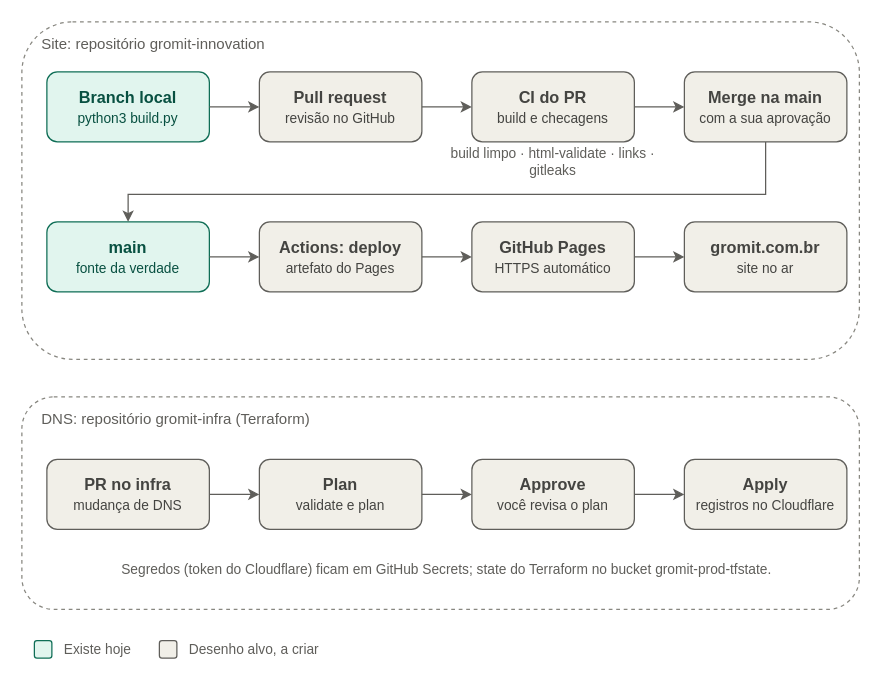
danilofreytas/gromit-innovation keeps this draw.io diagram as docs/gromit-site-cicd.drawio. Above is the earlier version. Source tidied: cells renumbered, new cells numbered last; positions are measured from the earlier drawing's top-left corner, leaving out a move shared by most shapes. Both pictures are drawn from the tidied source at 125%, with x=0, y=0 at pixel (21, 21).
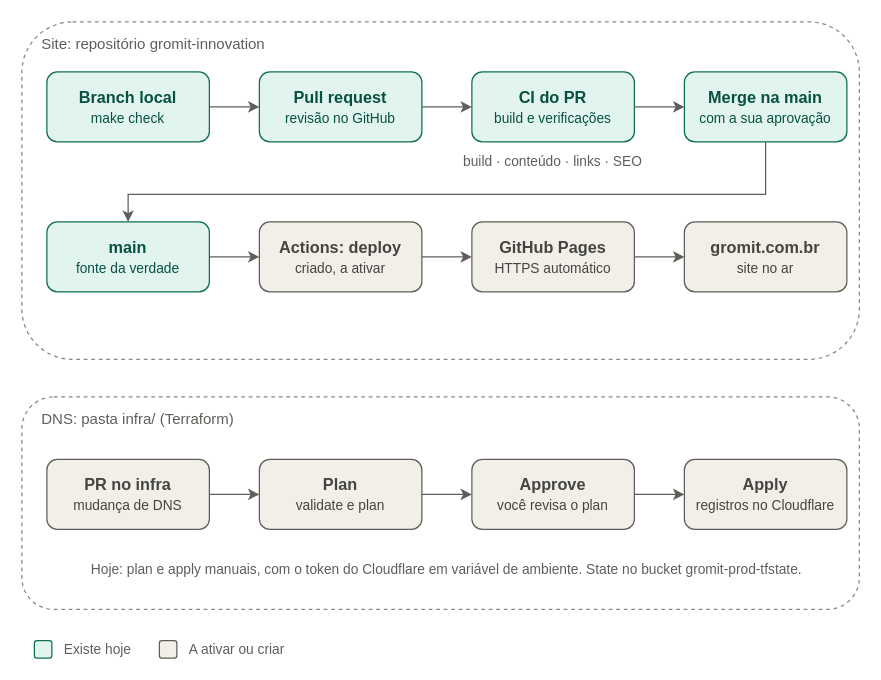
The same page after the edit.

Diff of the diagram source:
```diff
@@
-    <mxCell id="3" value="&lt;b&gt;Branch local&lt;/b&gt;&lt;br&gt;&lt;font style=&quot;font-size:11px&quot;&gt;python3 build.py&lt;/font&gt;" style="rounded=1;whiteSpace=wrap;html=1;fontSize=13;fillColor=#E1F5EE;strokeColor=#0F6E56;fontColor=#085041;" parent="1" vertex="1">
+    <mxCell id="3" value="&lt;b&gt;Branch local&lt;/b&gt;&lt;br&gt;&lt;font style=&quot;font-size:11px&quot;&gt;make check&lt;/font&gt;" style="rounded=1;whiteSpace=wrap;html=1;fontSize=13;fillColor=#E1F5EE;strokeColor=#0F6E56;fontColor=#085041;" parent="1" vertex="1">
       <mxGeometry x="20" y="40" width="130" height="56" as="geometry" />
     </mxCell>
-    <mxCell id="4" value="&lt;b&gt;Pull request&lt;/b&gt;&lt;br&gt;&lt;font style=&quot;font-size:11px&quot;&gt;revisão no GitHub&lt;/font&gt;" style="rounded=1;whiteSpace=wrap;html=1;fontSize=13;fillColor=#F1EFE8;strokeColor=#5F5E5A;fontColor=#444441;" parent="1" vertex="1">
+    <mxCell id="4" value="&lt;b&gt;Pull request&lt;/b&gt;&lt;br&gt;&lt;font style=&quot;font-size:11px&quot;&gt;revisão no GitHub&lt;/font&gt;" style="rounded=1;whiteSpace=wrap;html=1;fontSize=13;fillColor=#E1F5EE;strokeColor=#0F6E56;fontColor=#085041;" parent="1" vertex="1">
       <mxGeometry x="190" y="40" width="130" height="56" as="geometry" />
     </mxCell>
-    <mxCell id="5" value="&lt;b&gt;CI do PR&lt;/b&gt;&lt;br&gt;&lt;font style=&quot;font-size:11px&quot;&gt;build e checagens&lt;/font&gt;" style="rounded=1;whiteSpace=wrap;html=1;fontSize=13;fillColor=#F1EFE8;strokeColor=#5F5E5A;fontColor=#444441;" parent="1" vertex="1">
+    <mxCell id="5" value="&lt;b&gt;CI do PR&lt;/b&gt;&lt;br&gt;&lt;font style=&quot;font-size:11px&quot;&gt;build e verificações&lt;/font&gt;" style="rounded=1;whiteSpace=wrap;html=1;fontSize=13;fillColor=#E1F5EE;strokeColor=#0F6E56;fontColor=#085041;" parent="1" vertex="1">
       <mxGeometry x="360" y="40" width="130" height="56" as="geometry" />
     </mxCell>
-    <mxCell id="6" value="&lt;b&gt;Merge na main&lt;/b&gt;&lt;br&gt;&lt;font style=&quot;font-size:11px&quot;&gt;com a sua aprovação&lt;/font&gt;" style="rounded=1;whiteSpace=wrap;html=1;fontSize=13;fillColor=#F1EFE8;strokeColor=#5F5E5A;fontColor=#444441;" parent="1" vertex="1">
+    <mxCell id="6" value="&lt;b&gt;Merge na main&lt;/b&gt;&lt;br&gt;&lt;font style=&quot;font-size:11px&quot;&gt;com a sua aprovação&lt;/font&gt;" style="rounded=1;whiteSpace=wrap;html=1;fontSize=13;fillColor=#E1F5EE;strokeColor=#0F6E56;fontColor=#085041;" parent="1" vertex="1">
       <mxGeometry x="530" y="40" width="130" height="56" as="geometry" />
     </mxCell>
-    <mxCell id="7" value="build limpo · html-validate · links · gitleaks" style="text;html=1;align=center;verticalAlign=middle;fontSize=11;fontColor=#5F5E5A;whiteSpace=wrap;" parent="1" vertex="1">
+    <mxCell id="7" value="build · conteúdo · links · SEO" style="text;html=1;align=center;verticalAlign=middle;fontSize=11;fontColor=#5F5E5A;whiteSpace=wrap;" parent="1" vertex="1">
       <mxGeometry x="340" y="98" width="170" height="28" as="geometry" />
     </mxCell>
@@
-    <mxCell id="9" value="&lt;b&gt;Actions: deploy&lt;/b&gt;&lt;br&gt;&lt;font style=&quot;font-size:11px&quot;&gt;artefato do Pages&lt;/font&gt;" style="rounded=1;whiteSpace=wrap;html=1;fontSize=13;fillColor=#F1EFE8;strokeColor=#5F5E5A;fontColor=#444441;" parent="1" vertex="1">
+    <mxCell id="9" value="&lt;b&gt;Actions: deploy&lt;/b&gt;&lt;br&gt;&lt;font style=&quot;font-size:11px&quot;&gt;criado, a ativar&lt;/font&gt;" style="rounded=1;whiteSpace=wrap;html=1;fontSize=13;fillColor=#F1EFE8;strokeColor=#5F5E5A;fontColor=#444441;" parent="1" vertex="1">
       <mxGeometry x="190" y="160" width="130" height="56" as="geometry" />
     </mxCell>
@@
-    <mxCell id="19" value="DNS: repositório gromit-infra (Terraform)" style="rounded=1;whiteSpace=wrap;html=1;dashed=1;fillColor=none;strokeColor=#888780;verticalAlign=top;align=left;spacingLeft=14;spacingTop=4;fontSize=12;fontColor=#5F5E5A;" parent="1" vertex="1">
+    <mxCell id="19" value="DNS: pasta infra/ (Terraform)" style="rounded=1;whiteSpace=wrap;html=1;dashed=1;fillColor=none;strokeColor=#888780;verticalAlign=top;align=left;spacingLeft=14;spacingTop=4;fontSize=12;fontColor=#5F5E5A;" parent="1" vertex="1">
       <mxGeometry y="300" width="670" height="170" as="geometry" />
     </mxCell>
@@
-    <mxCell id="27" value="Segredos (token do Cloudflare) ficam em GitHub Secrets; state do Terraform no bucket gromit-prod-tfstate." style="text;html=1;align=center;verticalAlign=middle;fontSize=11;fontColor=#5F5E5A;whiteSpace=wrap;" parent="1" vertex="1">
+    <mxCell id="27" value="Hoje: plan e apply manuais, com o token do Cloudflare em variável de ambiente. State no bucket gromit-prod-tfstate." style="text;html=1;align=center;verticalAlign=middle;fontSize=11;fontColor=#5F5E5A;whiteSpace=wrap;" parent="1" vertex="1">
       <mxGeometry x="20" y="420" width="640" height="36" as="geometry" />
     </mxCell>
@@
-    <mxCell id="31" value="Desenho alvo, a criar" style="text;html=1;align=left;verticalAlign=middle;fontSize=11;fontColor=#5F5E5A;whiteSpace=wrap;" parent="1" vertex="1">
+    <mxCell id="31" value="A ativar ou criar" style="text;html=1;align=left;verticalAlign=middle;fontSize=11;fontColor=#5F5E5A;whiteSpace=wrap;" parent="1" vertex="1">
       <mxGeometry x="132" y="495" width="240" height="14" as="geometry" />
     </mxCell>
```
